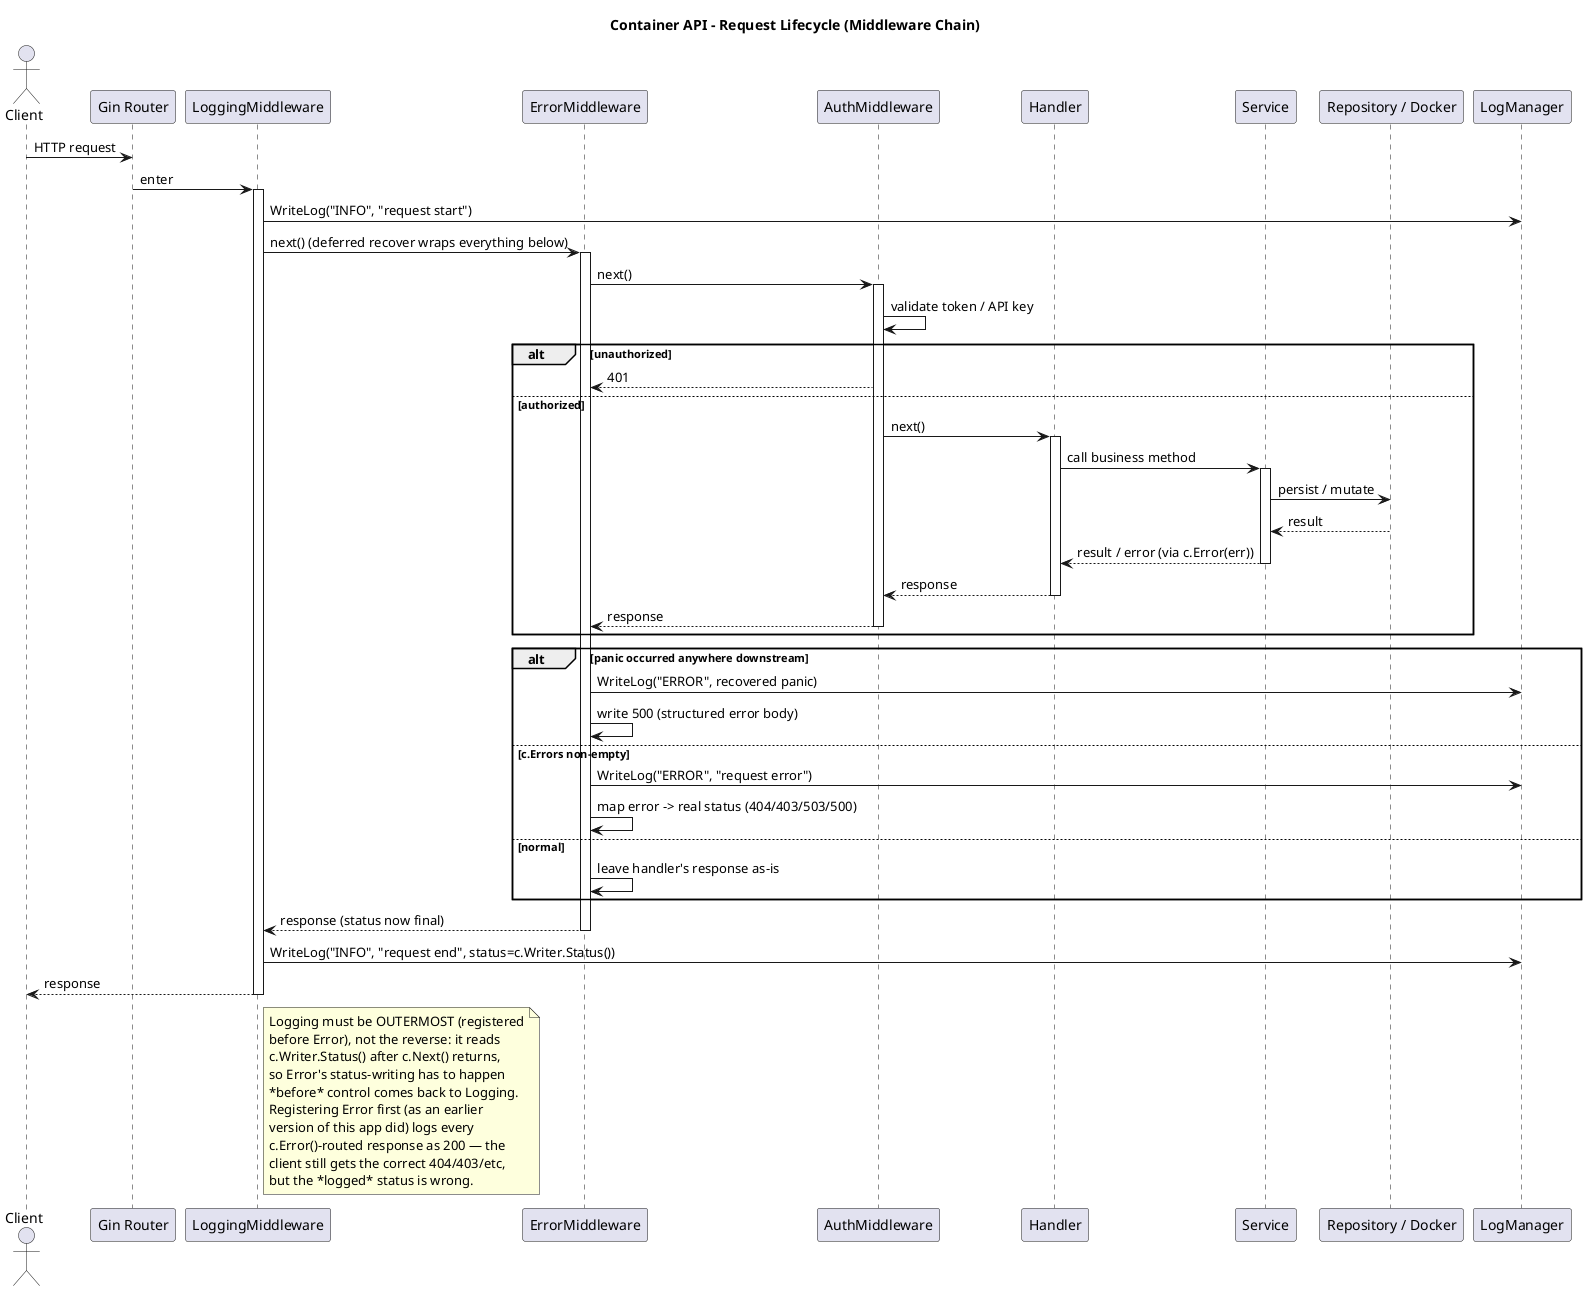
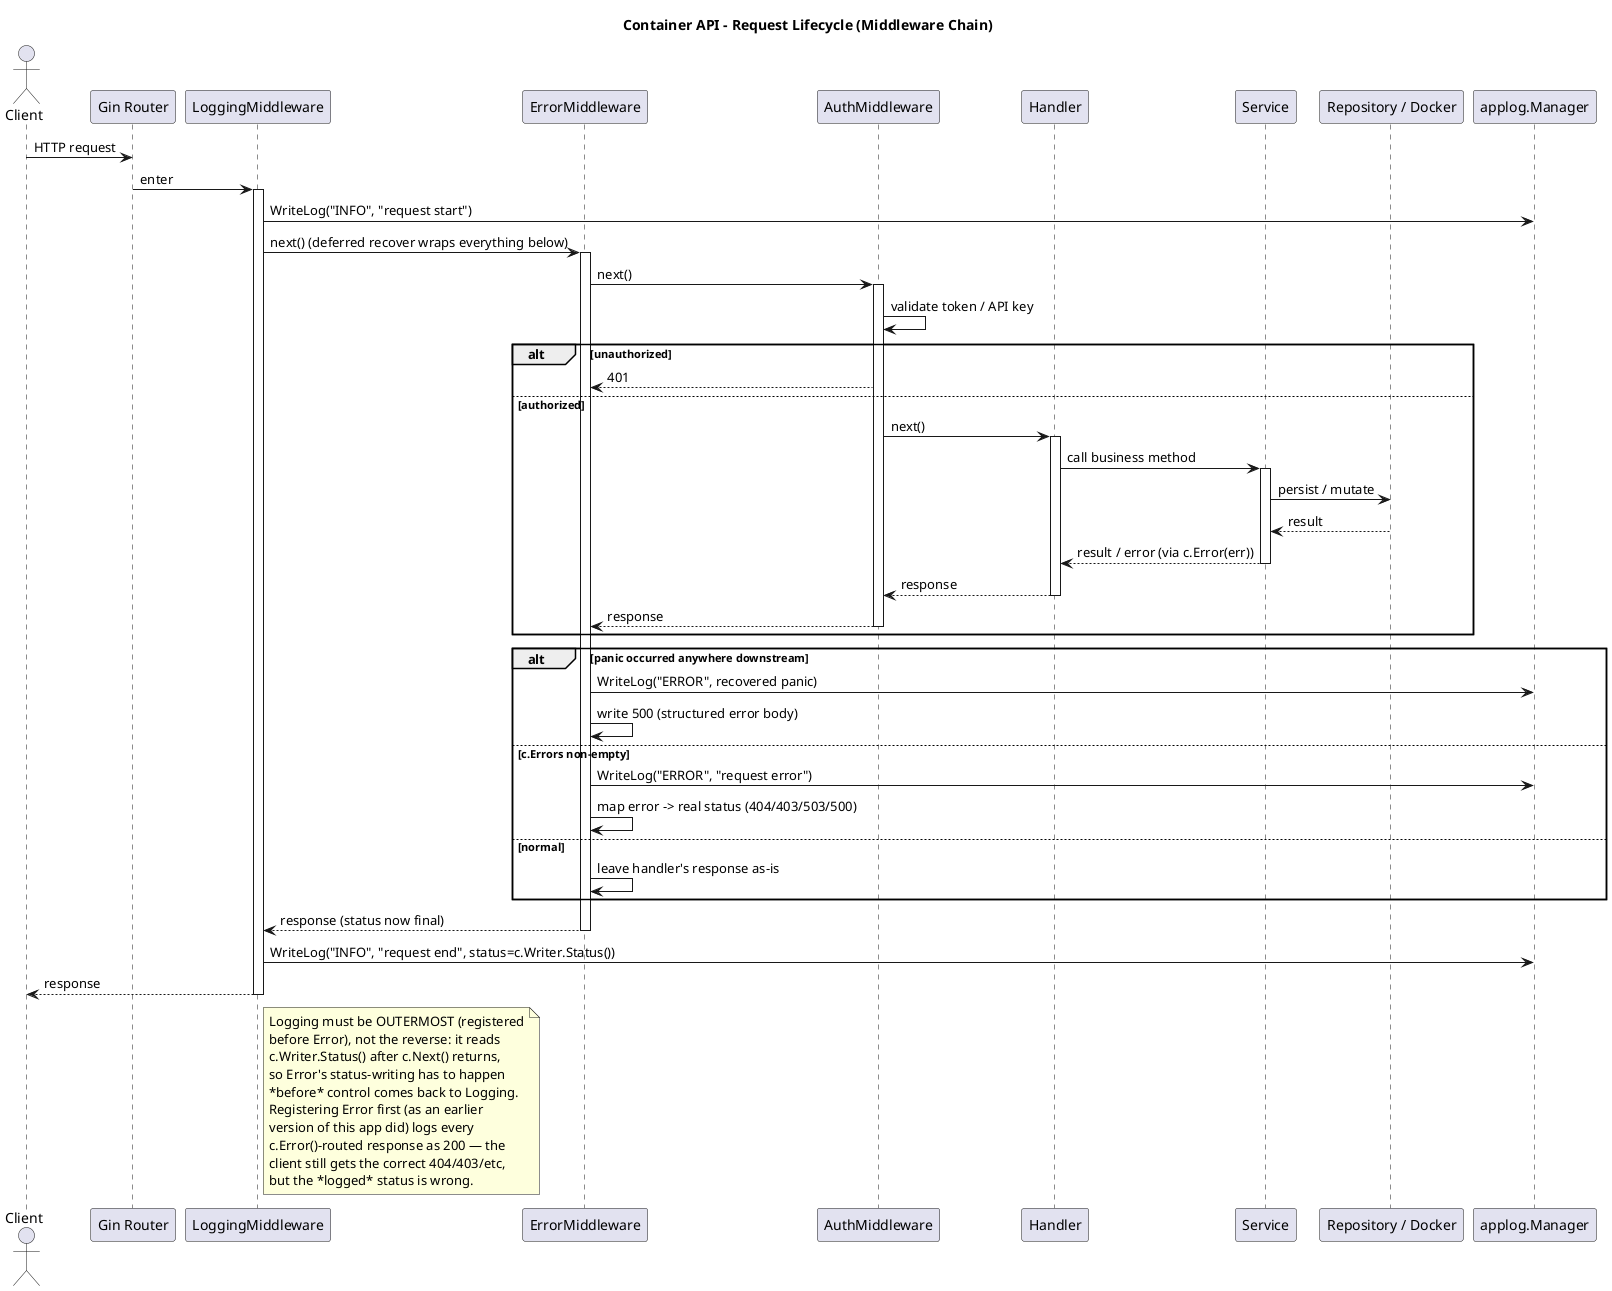
@startuml
title Container API - Request Lifecycle (Middleware Chain)

actor Client
participant "Gin Router" as Router
participant LoggingMiddleware
participant ErrorMiddleware
participant AuthMiddleware
participant Handler
participant Service
participant "Repository / Docker" as Backend
- participant LogManager
+ participant "applog.Manager" as LogManager

Client -> Router: HTTP request
Router -> LoggingMiddleware: enter
activate LoggingMiddleware
LoggingMiddleware -> LogManager: WriteLog("INFO", "request start")
LoggingMiddleware -> ErrorMiddleware: next() (deferred recover wraps everything below)
activate ErrorMiddleware
ErrorMiddleware -> AuthMiddleware: next()
activate AuthMiddleware
AuthMiddleware -> AuthMiddleware: validate token / API key
alt unauthorized
  AuthMiddleware --> ErrorMiddleware: 401
else authorized
  AuthMiddleware -> Handler: next()
  activate Handler
  Handler -> Service: call business method
  activate Service
  Service -> Backend: persist / mutate
  Backend --> Service: result
  Service --> Handler: result / error (via c.Error(err))
  deactivate Service
  Handler --> AuthMiddleware: response
  deactivate Handler
  AuthMiddleware --> ErrorMiddleware: response
  deactivate AuthMiddleware
end
alt panic occurred anywhere downstream
  ErrorMiddleware -> LogManager: WriteLog("ERROR", recovered panic)
  ErrorMiddleware -> ErrorMiddleware: write 500 (structured error body)
else c.Errors non-empty
  ErrorMiddleware -> LogManager: WriteLog("ERROR", "request error")
  ErrorMiddleware -> ErrorMiddleware: map error -> real status (404/403/503/500)
else normal
  ErrorMiddleware -> ErrorMiddleware: leave handler's response as-is
end
ErrorMiddleware --> LoggingMiddleware: response (status now final)
deactivate ErrorMiddleware
LoggingMiddleware -> LogManager: WriteLog("INFO", "request end", status=c.Writer.Status())
LoggingMiddleware --> Client: response
deactivate LoggingMiddleware

note right of LoggingMiddleware
  Logging must be OUTERMOST (registered
  before Error), not the reverse: it reads
  c.Writer.Status() after c.Next() returns,
  so Error's status-writing has to happen
  *before* control comes back to Logging.
  Registering Error first (as an earlier
  version of this app did) logs every
  c.Error()-routed response as 200 — the
  client still gets the correct 404/403/etc,
  but the *logged* status is wrong.
end note

@enduml
